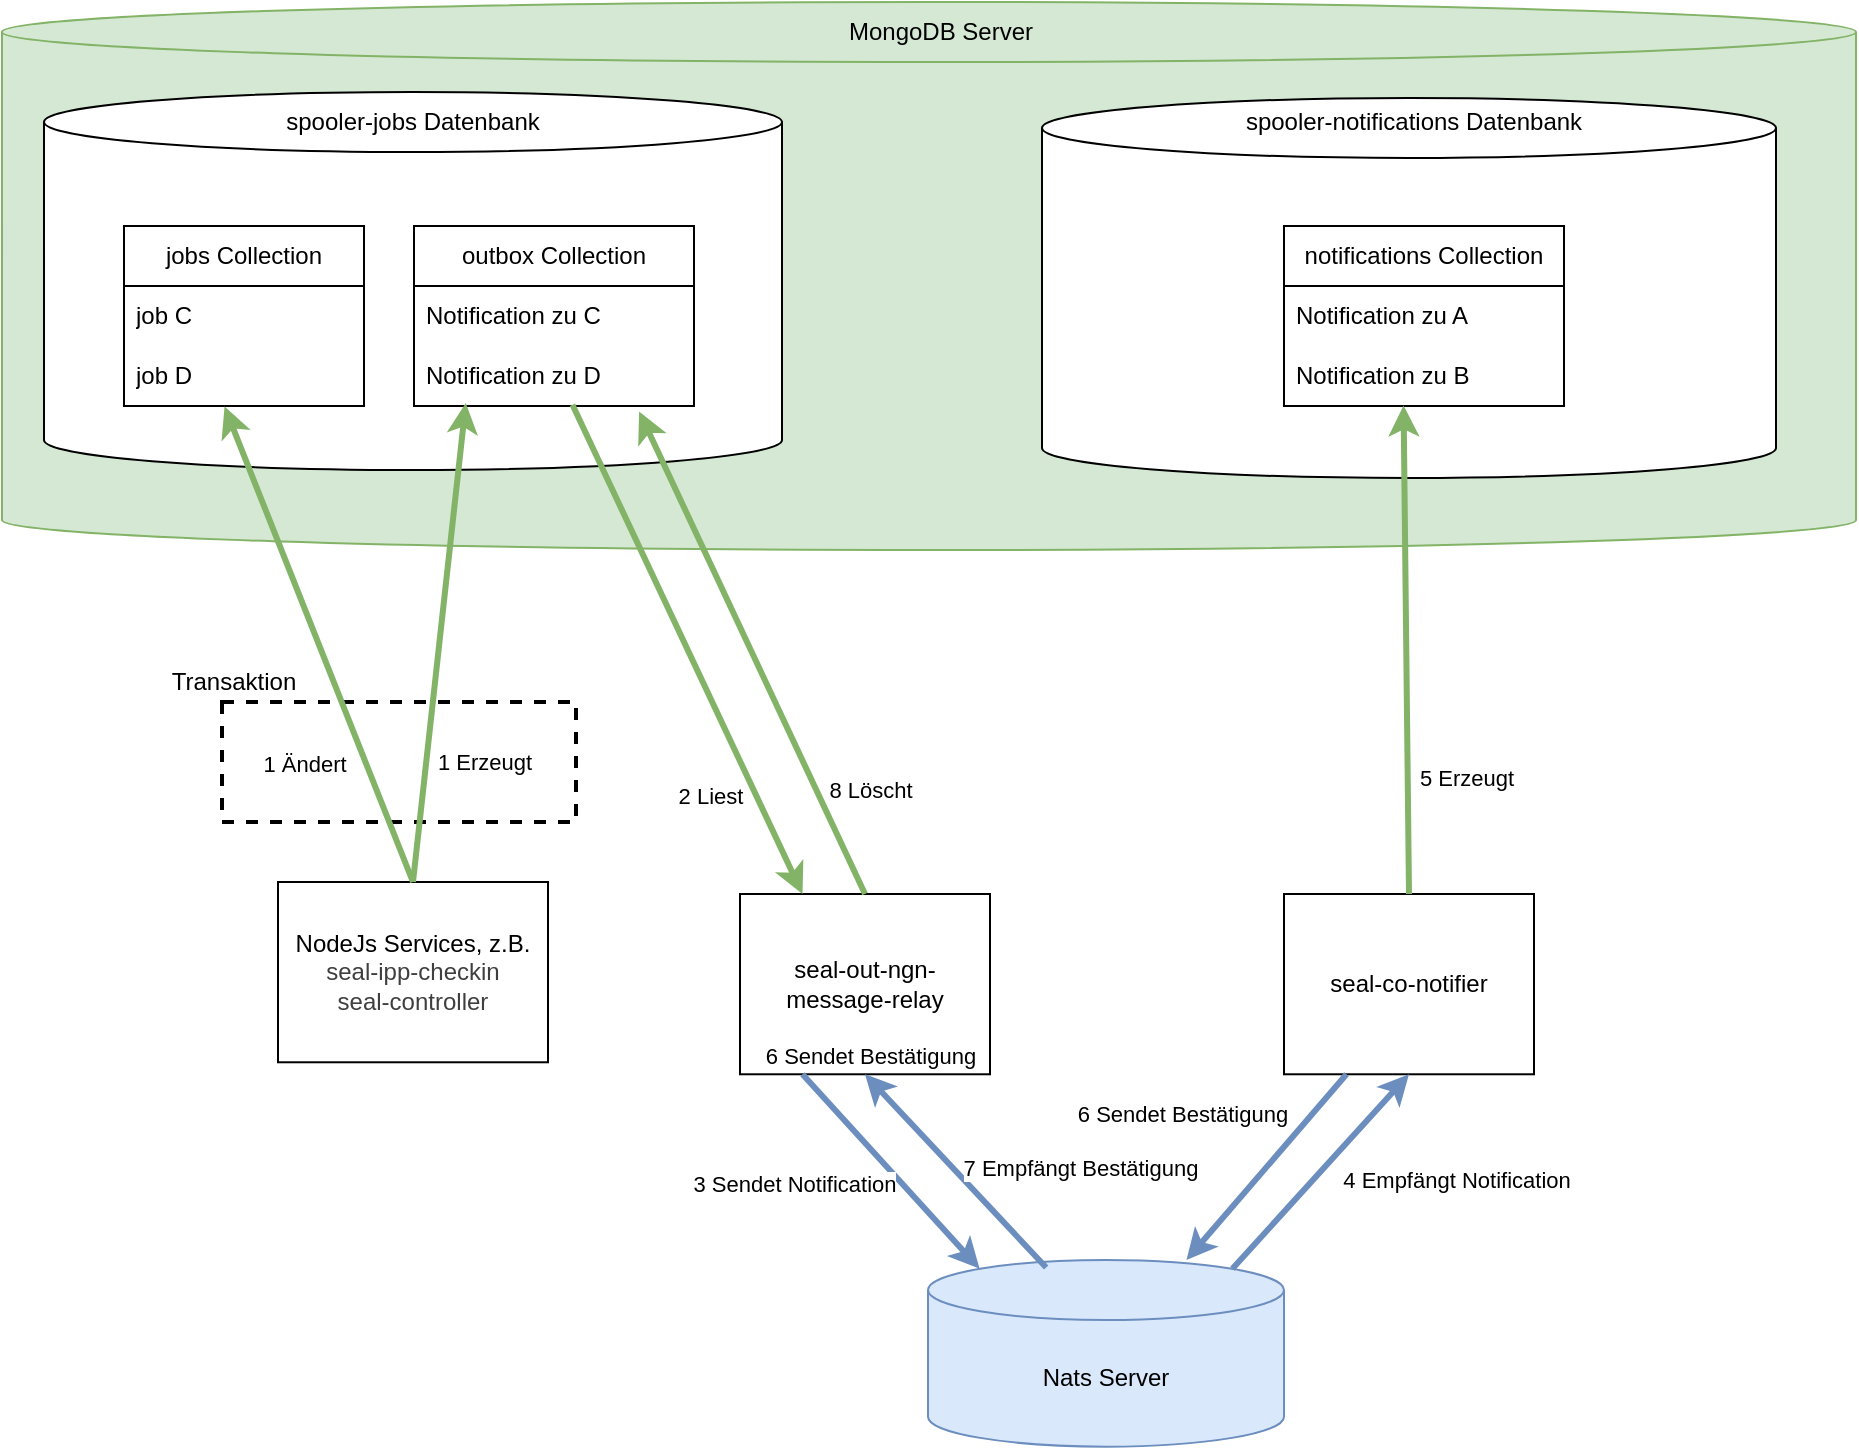
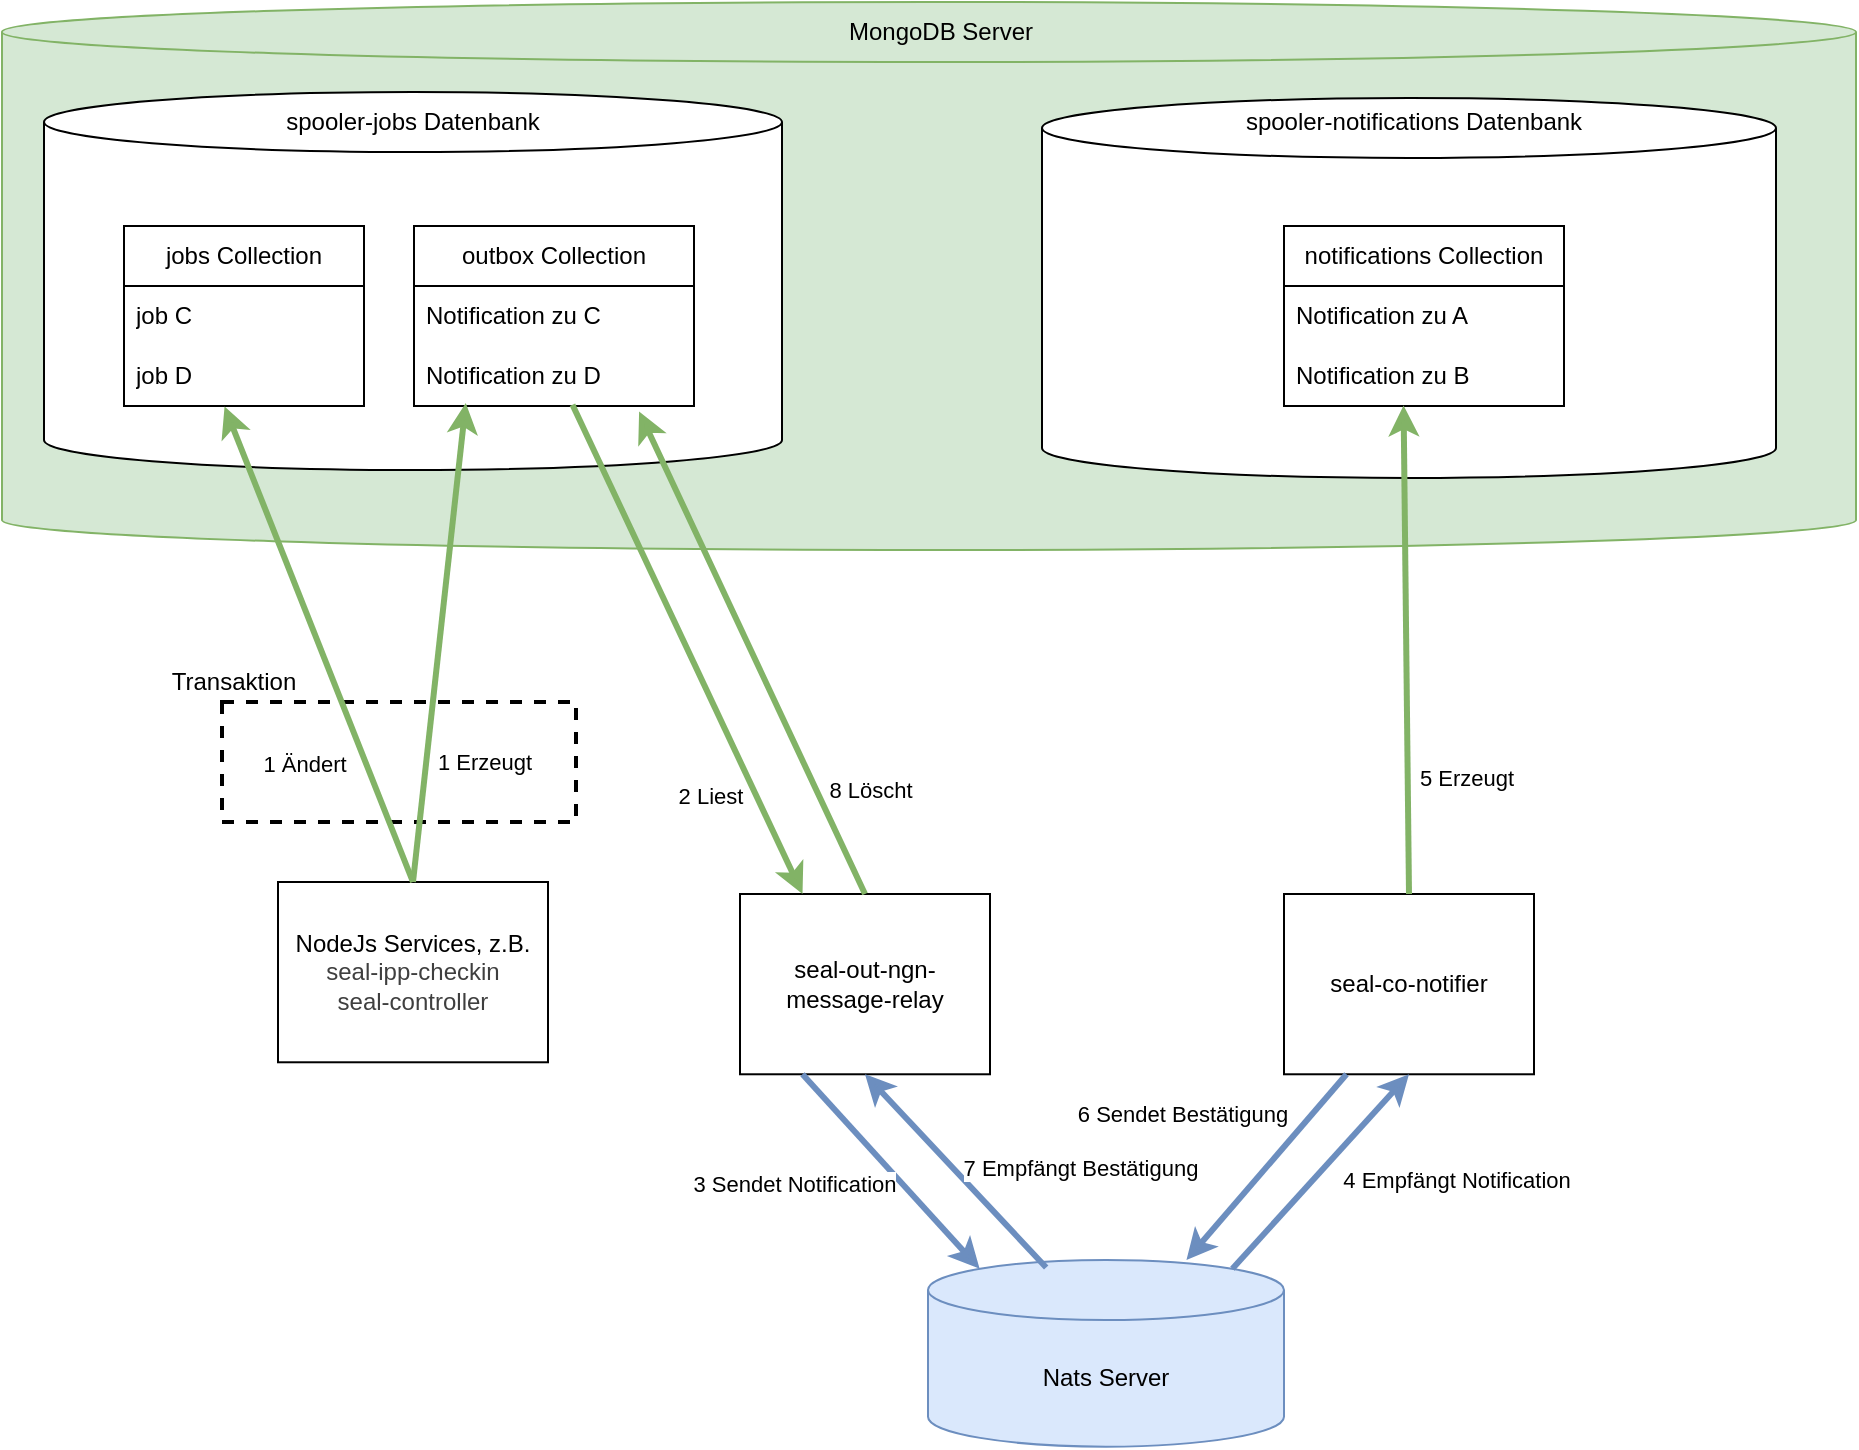
<mxfile host="65bd71144e">
    <diagram id="0pawT_77a6YBVu2QPc8B" name="Page-1">
        <mxGraphModel dx="1308" dy="920" grid="0" gridSize="10" guides="1" tooltips="1" connect="1" arrows="1" fold="1" page="1" pageScale="1" pageWidth="1169" pageHeight="827" math="0" shadow="0">
            <root>
                <mxCell id="0"/>
                <mxCell id="1" parent="0"/>
-                 <mxCell id="112" value="" style="rounded=0;whiteSpace=wrap;html=1;fillStyle=auto;fillColor=none;strokeColor=default;dashed=1;strokeWidth=2;" vertex="1" parent="1">
+                 <mxCell id="112" value="" style="rounded=0;whiteSpace=wrap;html=1;fillStyle=auto;fillColor=none;strokeColor=default;dashed=1;strokeWidth=2;" parent="1" vertex="1">
                    <mxGeometry x="201" y="380" width="177" height="60" as="geometry"/>
                </mxCell>
                <mxCell id="7" value="&lt;div style=&quot;&quot;&gt;&lt;br&gt;&lt;/div&gt;" style="shape=cylinder3;whiteSpace=wrap;html=1;boundedLbl=1;backgroundOutline=1;size=15;align=center;fillColor=#d5e8d4;strokeColor=#82b366;" parent="1" vertex="1">
                    <mxGeometry x="91" y="30" width="927" height="274" as="geometry"/>
                </mxCell>
                <mxCell id="23" value="NodeJs Services&lt;span style=&quot;color: rgb(0, 0, 0);&quot;&gt;, z.B.&lt;/span&gt;&lt;div style=&quot;color: rgb(63, 63, 63); scrollbar-color: rgb(226, 226, 226) rgb(251, 251, 251);&quot;&gt;seal-ipp-checkin&lt;/div&gt;&lt;div style=&quot;color: rgb(63, 63, 63); scrollbar-color: rgb(226, 226, 226) rgb(251, 251, 251);&quot;&gt;&lt;span style=&quot;background-color: transparent; color: rgb(63, 63, 63);&quot;&gt;seal-controller&lt;/span&gt;&lt;/div&gt;" style="rounded=0;whiteSpace=wrap;html=1;" parent="1" vertex="1">
                    <mxGeometry x="229" y="470" width="135" height="90.14" as="geometry"/>
                </mxCell>
                <mxCell id="17" value="Nats Server" style="shape=cylinder3;whiteSpace=wrap;html=1;boundedLbl=1;backgroundOutline=1;size=15;fillColor=#dae8fc;strokeColor=#6c8ebf;" parent="1" vertex="1">
                    <mxGeometry x="554" y="659" width="178" height="93.33" as="geometry"/>
                </mxCell>
-                 <mxCell id="72" value="" style="shape=cylinder3;whiteSpace=wrap;html=1;boundedLbl=1;backgroundOutline=1;size=15;" vertex="1" parent="1">
+                 <mxCell id="72" value="" style="shape=cylinder3;whiteSpace=wrap;html=1;boundedLbl=1;backgroundOutline=1;size=15;" parent="1" vertex="1">
                    <mxGeometry x="112" y="75" width="369" height="189" as="geometry"/>
                </mxCell>
-                 <mxCell id="73" value="MongoDB Server" style="text;strokeColor=none;align=center;fillColor=none;html=1;verticalAlign=middle;whiteSpace=wrap;rounded=0;" vertex="1" parent="1">
+                 <mxCell id="73" value="MongoDB Server" style="text;strokeColor=none;align=center;fillColor=none;html=1;verticalAlign=middle;whiteSpace=wrap;rounded=0;" parent="1" vertex="1">
                    <mxGeometry x="496" y="30" width="129" height="30" as="geometry"/>
                </mxCell>
-                 <mxCell id="81" value="spooler-jobs Datenbank" style="text;strokeColor=none;align=center;fillColor=none;html=1;verticalAlign=middle;whiteSpace=wrap;rounded=0;" vertex="1" parent="1">
+                 <mxCell id="81" value="spooler-jobs Datenbank" style="text;strokeColor=none;align=center;fillColor=none;html=1;verticalAlign=middle;whiteSpace=wrap;rounded=0;" parent="1" vertex="1">
                    <mxGeometry x="216" y="75" width="161" height="30" as="geometry"/>
                </mxCell>
-                 <mxCell id="80" value="" style="shape=cylinder3;whiteSpace=wrap;html=1;boundedLbl=1;backgroundOutline=1;size=15;" vertex="1" parent="1">
+                 <mxCell id="80" value="" style="shape=cylinder3;whiteSpace=wrap;html=1;boundedLbl=1;backgroundOutline=1;size=15;" parent="1" vertex="1">
                    <mxGeometry x="611" y="78" width="367" height="190" as="geometry"/>
                </mxCell>
-                 <mxCell id="74" value="spooler-notifications Datenbank" style="text;strokeColor=none;align=center;fillColor=none;html=1;verticalAlign=middle;whiteSpace=wrap;rounded=0;" vertex="1" parent="1">
+                 <mxCell id="74" value="spooler-notifications Datenbank" style="text;strokeColor=none;align=center;fillColor=none;html=1;verticalAlign=middle;whiteSpace=wrap;rounded=0;" parent="1" vertex="1">
                    <mxGeometry x="709" y="75" width="175.5" height="30" as="geometry"/>
                </mxCell>
-                 <mxCell id="82" value="notifications Collection" style="swimlane;fontStyle=0;childLayout=stackLayout;horizontal=1;startSize=30;horizontalStack=0;resizeParent=1;resizeParentMax=0;resizeLast=0;collapsible=1;marginBottom=0;whiteSpace=wrap;html=1;" vertex="1" parent="1">
+                 <mxCell id="82" value="notifications Collection" style="swimlane;fontStyle=0;childLayout=stackLayout;horizontal=1;startSize=30;horizontalStack=0;resizeParent=1;resizeParentMax=0;resizeLast=0;collapsible=1;marginBottom=0;whiteSpace=wrap;html=1;" parent="1" vertex="1">
                    <mxGeometry x="732" y="142" width="140" height="90" as="geometry"/>
                </mxCell>
-                 <mxCell id="83" value="Notification zu A" style="text;strokeColor=none;fillColor=none;align=left;verticalAlign=middle;spacingLeft=4;spacingRight=4;overflow=hidden;points=[[0,0.5],[1,0.5]];portConstraint=eastwest;rotatable=0;whiteSpace=wrap;html=1;" vertex="1" parent="82">
+                 <mxCell id="83" value="Notification zu A" style="text;strokeColor=none;fillColor=none;align=left;verticalAlign=middle;spacingLeft=4;spacingRight=4;overflow=hidden;points=[[0,0.5],[1,0.5]];portConstraint=eastwest;rotatable=0;whiteSpace=wrap;html=1;" parent="82" vertex="1">
                    <mxGeometry y="30" width="140" height="30" as="geometry"/>
                </mxCell>
-                 <mxCell id="84" value="&lt;span style=&quot;color: rgb(0, 0, 0);&quot;&gt;Notification zu B&lt;/span&gt;" style="text;strokeColor=none;fillColor=none;align=left;verticalAlign=middle;spacingLeft=4;spacingRight=4;overflow=hidden;points=[[0,0.5],[1,0.5]];portConstraint=eastwest;rotatable=0;whiteSpace=wrap;html=1;" vertex="1" parent="82">
+                 <mxCell id="84" value="&lt;span style=&quot;color: rgb(0, 0, 0);&quot;&gt;Notification zu B&lt;/span&gt;" style="text;strokeColor=none;fillColor=none;align=left;verticalAlign=middle;spacingLeft=4;spacingRight=4;overflow=hidden;points=[[0,0.5],[1,0.5]];portConstraint=eastwest;rotatable=0;whiteSpace=wrap;html=1;" parent="82" vertex="1">
                    <mxGeometry y="60" width="140" height="30" as="geometry"/>
                </mxCell>
-                 <mxCell id="85" value="outbox Collection" style="swimlane;fontStyle=0;childLayout=stackLayout;horizontal=1;startSize=30;horizontalStack=0;resizeParent=1;resizeParentMax=0;resizeLast=0;collapsible=1;marginBottom=0;whiteSpace=wrap;html=1;" vertex="1" parent="1">
+                 <mxCell id="85" value="outbox Collection" style="swimlane;fontStyle=0;childLayout=stackLayout;horizontal=1;startSize=30;horizontalStack=0;resizeParent=1;resizeParentMax=0;resizeLast=0;collapsible=1;marginBottom=0;whiteSpace=wrap;html=1;" parent="1" vertex="1">
                    <mxGeometry x="297" y="142" width="140" height="90" as="geometry"/>
                </mxCell>
-                 <mxCell id="86" value="Notification zu C" style="text;strokeColor=none;fillColor=none;align=left;verticalAlign=middle;spacingLeft=4;spacingRight=4;overflow=hidden;points=[[0,0.5],[1,0.5]];portConstraint=eastwest;rotatable=0;whiteSpace=wrap;html=1;" vertex="1" parent="85">
+                 <mxCell id="86" value="Notification zu C" style="text;strokeColor=none;fillColor=none;align=left;verticalAlign=middle;spacingLeft=4;spacingRight=4;overflow=hidden;points=[[0,0.5],[1,0.5]];portConstraint=eastwest;rotatable=0;whiteSpace=wrap;html=1;" parent="85" vertex="1">
                    <mxGeometry y="30" width="140" height="30" as="geometry"/>
                </mxCell>
-                 <mxCell id="87" value="&lt;span style=&quot;color: rgb(0, 0, 0);&quot;&gt;Notification zu D&lt;/span&gt;" style="text;strokeColor=none;fillColor=none;align=left;verticalAlign=middle;spacingLeft=4;spacingRight=4;overflow=hidden;points=[[0,0.5],[1,0.5]];portConstraint=eastwest;rotatable=0;whiteSpace=wrap;html=1;" vertex="1" parent="85">
+                 <mxCell id="87" value="&lt;span style=&quot;color: rgb(0, 0, 0);&quot;&gt;Notification zu D&lt;/span&gt;" style="text;strokeColor=none;fillColor=none;align=left;verticalAlign=middle;spacingLeft=4;spacingRight=4;overflow=hidden;points=[[0,0.5],[1,0.5]];portConstraint=eastwest;rotatable=0;whiteSpace=wrap;html=1;" parent="85" vertex="1">
                    <mxGeometry y="60" width="140" height="30" as="geometry"/>
                </mxCell>
-                 <mxCell id="88" value="seal-out-ngn-message-relay" style="rounded=0;whiteSpace=wrap;html=1;" vertex="1" parent="1">
+                 <mxCell id="88" value="seal-out-ngn-message-relay" style="rounded=0;whiteSpace=wrap;html=1;" parent="1" vertex="1">
                    <mxGeometry x="460" y="476" width="125" height="90.14" as="geometry"/>
                </mxCell>
-                 <mxCell id="89" value="seal-co-notifier" style="rounded=0;whiteSpace=wrap;html=1;" vertex="1" parent="1">
+                 <mxCell id="89" value="seal-co-notifier" style="rounded=0;whiteSpace=wrap;html=1;" parent="1" vertex="1">
                    <mxGeometry x="732" y="476" width="125" height="90.14" as="geometry"/>
                </mxCell>
-                 <mxCell id="90" value="" style="endArrow=classic;html=1;exitX=0.566;exitY=0.98;exitDx=0;exitDy=0;strokeWidth=3;fillColor=#d5e8d4;strokeColor=#82b366;exitPerimeter=0;entryX=0.25;entryY=0;entryDx=0;entryDy=0;" edge="1" parent="1" source="87" target="88">
+                 <mxCell id="90" value="" style="endArrow=classic;html=1;exitX=0.566;exitY=0.98;exitDx=0;exitDy=0;strokeWidth=3;fillColor=#d5e8d4;strokeColor=#82b366;exitPerimeter=0;entryX=0.25;entryY=0;entryDx=0;entryDy=0;" parent="1" source="87" target="88" edge="1">
                    <mxGeometry width="50" height="50" relative="1" as="geometry">
                        <mxPoint x="441" y="534" as="sourcePoint"/>
                        <mxPoint x="379" y="405" as="targetPoint"/>
                        <Array as="points"/>
                    </mxGeometry>
                </mxCell>
-                 <mxCell id="99" value="2 Liest" style="edgeLabel;html=1;align=center;verticalAlign=middle;resizable=0;points=[];" vertex="1" connectable="0" parent="90">
+                 <mxCell id="99" value="2 Liest" style="edgeLabel;html=1;align=center;verticalAlign=middle;resizable=0;points=[];" parent="90" vertex="1" connectable="0">
                    <mxGeometry x="0.5177" relative="1" as="geometry">
                        <mxPoint x="-19" y="10" as="offset"/>
                    </mxGeometry>
                </mxCell>
-                 <mxCell id="91" value="" style="endArrow=classic;html=1;exitX=0.25;exitY=1;exitDx=0;exitDy=0;strokeWidth=3;fillColor=#dae8fc;strokeColor=#6c8ebf;entryX=0.145;entryY=0;entryDx=0;entryDy=4.35;entryPerimeter=0;" edge="1" parent="1" source="88" target="17">
+                 <mxCell id="91" value="" style="endArrow=classic;html=1;exitX=0.25;exitY=1;exitDx=0;exitDy=0;strokeWidth=3;fillColor=#dae8fc;strokeColor=#6c8ebf;entryX=0.145;entryY=0;entryDx=0;entryDy=4.35;entryPerimeter=0;" parent="1" source="88" target="17" edge="1">
                    <mxGeometry width="50" height="50" relative="1" as="geometry">
                        <mxPoint x="412" y="626" as="sourcePoint"/>
                        <mxPoint x="377" y="713" as="targetPoint"/>
                    </mxGeometry>
                </mxCell>
-                 <mxCell id="100" value="3 Sendet Notification" style="edgeLabel;html=1;align=center;verticalAlign=middle;resizable=0;points=[];" vertex="1" connectable="0" parent="91">
+                 <mxCell id="100" value="3 Sendet Notification" style="edgeLabel;html=1;align=center;verticalAlign=middle;resizable=0;points=[];" parent="91" vertex="1" connectable="0">
                    <mxGeometry x="0.3226" y="-1" relative="1" as="geometry">
                        <mxPoint x="-62" y="-10" as="offset"/>
                    </mxGeometry>
                </mxCell>
                <mxCell id="30" value="" style="endArrow=classic;html=1;exitX=0.5;exitY=0;exitDx=0;exitDy=0;strokeWidth=3;fillColor=#d5e8d4;strokeColor=#82b366;entryX=0.185;entryY=0.952;entryDx=0;entryDy=0;entryPerimeter=0;" parent="1" source="23" target="87" edge="1">
                    <mxGeometry width="50" height="50" relative="1" as="geometry">
                        <mxPoint x="610" y="450" as="sourcePoint"/>
                        <mxPoint x="334" y="428" as="targetPoint"/>
                        <Array as="points"/>
                    </mxGeometry>
                </mxCell>
-                 <mxCell id="92" value="1 Erzeugt" style="edgeLabel;html=1;align=center;verticalAlign=middle;resizable=0;points=[];" vertex="1" connectable="0" parent="30">
+                 <mxCell id="92" value="1 Erzeugt" style="edgeLabel;html=1;align=center;verticalAlign=middle;resizable=0;points=[];" parent="30" vertex="1" connectable="0">
                    <mxGeometry x="-0.4717" y="1" relative="1" as="geometry">
                        <mxPoint x="29" y="3" as="offset"/>
                    </mxGeometry>
                </mxCell>
-                 <mxCell id="93" value="jobs Collection" style="swimlane;fontStyle=0;childLayout=stackLayout;horizontal=1;startSize=30;horizontalStack=0;resizeParent=1;resizeParentMax=0;resizeLast=0;collapsible=1;marginBottom=0;whiteSpace=wrap;html=1;" vertex="1" parent="1">
+                 <mxCell id="93" value="jobs Collection" style="swimlane;fontStyle=0;childLayout=stackLayout;horizontal=1;startSize=30;horizontalStack=0;resizeParent=1;resizeParentMax=0;resizeLast=0;collapsible=1;marginBottom=0;whiteSpace=wrap;html=1;" parent="1" vertex="1">
                    <mxGeometry x="152" y="142" width="120" height="90" as="geometry"/>
                </mxCell>
-                 <mxCell id="94" value="job C" style="text;strokeColor=none;fillColor=none;align=left;verticalAlign=middle;spacingLeft=4;spacingRight=4;overflow=hidden;points=[[0,0.5],[1,0.5]];portConstraint=eastwest;rotatable=0;whiteSpace=wrap;html=1;" vertex="1" parent="93">
+                 <mxCell id="94" value="job C" style="text;strokeColor=none;fillColor=none;align=left;verticalAlign=middle;spacingLeft=4;spacingRight=4;overflow=hidden;points=[[0,0.5],[1,0.5]];portConstraint=eastwest;rotatable=0;whiteSpace=wrap;html=1;" parent="93" vertex="1">
                    <mxGeometry y="30" width="120" height="30" as="geometry"/>
                </mxCell>
-                 <mxCell id="95" value="&lt;span style=&quot;color: rgb(0, 0, 0);&quot;&gt;job D&lt;/span&gt;" style="text;strokeColor=none;fillColor=none;align=left;verticalAlign=middle;spacingLeft=4;spacingRight=4;overflow=hidden;points=[[0,0.5],[1,0.5]];portConstraint=eastwest;rotatable=0;whiteSpace=wrap;html=1;" vertex="1" parent="93">
+                 <mxCell id="95" value="&lt;span style=&quot;color: rgb(0, 0, 0);&quot;&gt;job D&lt;/span&gt;" style="text;strokeColor=none;fillColor=none;align=left;verticalAlign=middle;spacingLeft=4;spacingRight=4;overflow=hidden;points=[[0,0.5],[1,0.5]];portConstraint=eastwest;rotatable=0;whiteSpace=wrap;html=1;" parent="93" vertex="1">
                    <mxGeometry y="60" width="120" height="30" as="geometry"/>
                </mxCell>
-                 <mxCell id="96" value="" style="endArrow=classic;html=1;exitX=0.5;exitY=0;exitDx=0;exitDy=0;strokeWidth=3;fillColor=#d5e8d4;strokeColor=#82b366;entryX=0.419;entryY=1.008;entryDx=0;entryDy=0;entryPerimeter=0;" edge="1" parent="1" source="23" target="95">
+                 <mxCell id="96" value="" style="endArrow=classic;html=1;exitX=0.5;exitY=0;exitDx=0;exitDy=0;strokeWidth=3;fillColor=#d5e8d4;strokeColor=#82b366;entryX=0.419;entryY=1.008;entryDx=0;entryDy=0;entryPerimeter=0;" parent="1" source="23" target="95" edge="1">
                    <mxGeometry width="50" height="50" relative="1" as="geometry">
                        <mxPoint x="190" y="489" as="sourcePoint"/>
                        <mxPoint x="293" y="206" as="targetPoint"/>
                        <Array as="points"/>
                    </mxGeometry>
                </mxCell>
-                 <mxCell id="97" value="1 Ändert" style="edgeLabel;html=1;align=center;verticalAlign=middle;resizable=0;points=[];" vertex="1" connectable="0" parent="96">
+                 <mxCell id="97" value="1 Ändert" style="edgeLabel;html=1;align=center;verticalAlign=middle;resizable=0;points=[];" parent="96" vertex="1" connectable="0">
                    <mxGeometry x="-0.4717" y="1" relative="1" as="geometry">
                        <mxPoint x="-29" y="3" as="offset"/>
                    </mxGeometry>
                </mxCell>
-                 <mxCell id="101" value="" style="endArrow=classic;html=1;exitX=0.855;exitY=0;exitDx=0;exitDy=4.35;strokeWidth=3;fillColor=#dae8fc;strokeColor=#6c8ebf;entryX=0.5;entryY=1;entryDx=0;entryDy=0;exitPerimeter=0;" edge="1" parent="1" source="17" target="89">
+                 <mxCell id="101" value="" style="endArrow=classic;html=1;exitX=0.855;exitY=0;exitDx=0;exitDy=4.35;strokeWidth=3;fillColor=#dae8fc;strokeColor=#6c8ebf;entryX=0.5;entryY=1;entryDx=0;entryDy=0;exitPerimeter=0;" parent="1" source="17" target="89" edge="1">
                    <mxGeometry width="50" height="50" relative="1" as="geometry">
                        <mxPoint x="533" y="576" as="sourcePoint"/>
                        <mxPoint x="590" y="673" as="targetPoint"/>
                    </mxGeometry>
                </mxCell>
-                 <mxCell id="102" value="4 Empfängt Notification" style="edgeLabel;html=1;align=center;verticalAlign=middle;resizable=0;points=[];" vertex="1" connectable="0" parent="101">
+                 <mxCell id="102" value="4 Empfängt Notification" style="edgeLabel;html=1;align=center;verticalAlign=middle;resizable=0;points=[];" parent="101" vertex="1" connectable="0">
                    <mxGeometry x="0.3226" y="-1" relative="1" as="geometry">
                        <mxPoint x="52" y="19" as="offset"/>
                    </mxGeometry>
                </mxCell>
-                 <mxCell id="103" value="" style="endArrow=classic;html=1;exitX=0.5;exitY=0;exitDx=0;exitDy=0;strokeWidth=3;fillColor=#d5e8d4;strokeColor=#82b366;entryX=0.427;entryY=0.992;entryDx=0;entryDy=0;entryPerimeter=0;" edge="1" parent="1" source="89" target="84">
+                 <mxCell id="103" value="" style="endArrow=classic;html=1;exitX=0.5;exitY=0;exitDx=0;exitDy=0;strokeWidth=3;fillColor=#d5e8d4;strokeColor=#82b366;entryX=0.427;entryY=0.992;entryDx=0;entryDy=0;entryPerimeter=0;" parent="1" source="89" target="84" edge="1">
                    <mxGeometry width="50" height="50" relative="1" as="geometry">
                        <mxPoint x="307" y="480" as="sourcePoint"/>
                        <mxPoint x="314" y="209" as="targetPoint"/>
                        <Array as="points"/>
                    </mxGeometry>
                </mxCell>
-                 <mxCell id="104" value="5 Erzeugt" style="edgeLabel;html=1;align=center;verticalAlign=middle;resizable=0;points=[];" vertex="1" connectable="0" parent="103">
+                 <mxCell id="104" value="5 Erzeugt" style="edgeLabel;html=1;align=center;verticalAlign=middle;resizable=0;points=[];" parent="103" vertex="1" connectable="0">
                    <mxGeometry x="-0.4717" y="1" relative="1" as="geometry">
                        <mxPoint x="30" y="6" as="offset"/>
                    </mxGeometry>
                </mxCell>
-                 <mxCell id="105" value="" style="endArrow=classic;html=1;exitX=0.25;exitY=1;exitDx=0;exitDy=0;strokeWidth=3;fillColor=#dae8fc;strokeColor=#6c8ebf;" edge="1" parent="1" source="89" target="17">
+                 <mxCell id="105" value="" style="endArrow=classic;html=1;exitX=0.25;exitY=1;exitDx=0;exitDy=0;strokeWidth=3;fillColor=#dae8fc;strokeColor=#6c8ebf;" parent="1" source="89" target="17" edge="1">
                    <mxGeometry width="50" height="50" relative="1" as="geometry">
                        <mxPoint x="716" y="673" as="sourcePoint"/>
                        <mxPoint x="836" y="576" as="targetPoint"/>
                    </mxGeometry>
                </mxCell>
-                 <mxCell id="106" value="6 Sendet Bestätigung" style="edgeLabel;html=1;align=center;verticalAlign=middle;resizable=0;points=[];" vertex="1" connectable="0" parent="105">
+                 <mxCell id="106" value="6 Sendet Bestätigung" style="edgeLabel;html=1;align=center;verticalAlign=middle;resizable=0;points=[];" parent="105" vertex="1" connectable="0">
                    <mxGeometry x="0.3226" y="-1" relative="1" as="geometry">
                        <mxPoint x="-29" y="-41" as="offset"/>
                    </mxGeometry>
                </mxCell>
-                 <mxCell id="107" value="" style="endArrow=classic;html=1;exitX=0.332;exitY=0.04;exitDx=0;exitDy=0;strokeWidth=3;fillColor=#dae8fc;strokeColor=#6c8ebf;exitPerimeter=0;entryX=0.5;entryY=1;entryDx=0;entryDy=0;" edge="1" parent="1" source="17" target="88">
+                 <mxCell id="107" value="" style="endArrow=classic;html=1;exitX=0.332;exitY=0.04;exitDx=0;exitDy=0;strokeWidth=3;fillColor=#dae8fc;strokeColor=#6c8ebf;exitPerimeter=0;entryX=0.5;entryY=1;entryDx=0;entryDy=0;" parent="1" source="17" target="88" edge="1">
                    <mxGeometry width="50" height="50" relative="1" as="geometry">
                        <mxPoint x="773" y="576" as="sourcePoint"/>
                        <mxPoint x="693" y="669" as="targetPoint"/>
                    </mxGeometry>
                </mxCell>
-                 <mxCell id="108" value="6 Sendet Bestätigung" style="edgeLabel;html=1;align=center;verticalAlign=middle;resizable=0;points=[];" vertex="1" connectable="0" parent="107">
-                     <mxGeometry x="0.3226" y="-1" relative="1" as="geometry">
-                         <mxPoint x="-29" y="-41" as="offset"/>
-                     </mxGeometry>
-                 </mxCell>
-                 <mxCell id="109" value="7 Empfängt Bestätigung" style="edgeLabel;html=1;align=center;verticalAlign=middle;resizable=0;points=[];" vertex="1" connectable="0" parent="107">
+                 <mxCell id="109" value="7 Empfängt Bestätigung" style="edgeLabel;html=1;align=center;verticalAlign=middle;resizable=0;points=[];" parent="107" vertex="1" connectable="0">
                    <mxGeometry x="-0.5227" y="-1" relative="1" as="geometry">
                        <mxPoint x="37" y="-26" as="offset"/>
                    </mxGeometry>
                </mxCell>
-                 <mxCell id="110" value="" style="endArrow=classic;html=1;exitX=0.5;exitY=0;exitDx=0;exitDy=0;strokeWidth=3;fillColor=#d5e8d4;strokeColor=#82b366;entryX=0.804;entryY=1.092;entryDx=0;entryDy=0;entryPerimeter=0;" edge="1" parent="1" source="88" target="87">
+                 <mxCell id="110" value="" style="endArrow=classic;html=1;exitX=0.5;exitY=0;exitDx=0;exitDy=0;strokeWidth=3;fillColor=#d5e8d4;strokeColor=#82b366;entryX=0.804;entryY=1.092;entryDx=0;entryDy=0;entryPerimeter=0;" parent="1" source="88" target="87" edge="1">
                    <mxGeometry width="50" height="50" relative="1" as="geometry">
                        <mxPoint x="367" y="209" as="sourcePoint"/>
                        <mxPoint x="606" y="422" as="targetPoint"/>
                        <Array as="points"/>
                    </mxGeometry>
                </mxCell>
-                 <mxCell id="111" value="8 Löscht" style="edgeLabel;html=1;align=center;verticalAlign=middle;resizable=0;points=[];" vertex="1" connectable="0" parent="110">
+                 <mxCell id="111" value="8 Löscht" style="edgeLabel;html=1;align=center;verticalAlign=middle;resizable=0;points=[];" parent="110" vertex="1" connectable="0">
                    <mxGeometry x="0.5177" relative="1" as="geometry">
                        <mxPoint x="88" y="131" as="offset"/>
                    </mxGeometry>
                </mxCell>
-                 <mxCell id="113" value="Transaktion" style="text;strokeColor=none;align=center;fillColor=none;html=1;verticalAlign=middle;whiteSpace=wrap;rounded=0;" vertex="1" parent="1">
+                 <mxCell id="113" value="Transaktion" style="text;strokeColor=none;align=center;fillColor=none;html=1;verticalAlign=middle;whiteSpace=wrap;rounded=0;" parent="1" vertex="1">
                    <mxGeometry x="162" y="355" width="90" height="30" as="geometry"/>
                </mxCell>
            </root>
        </mxGraphModel>
    </diagram>
</mxfile>